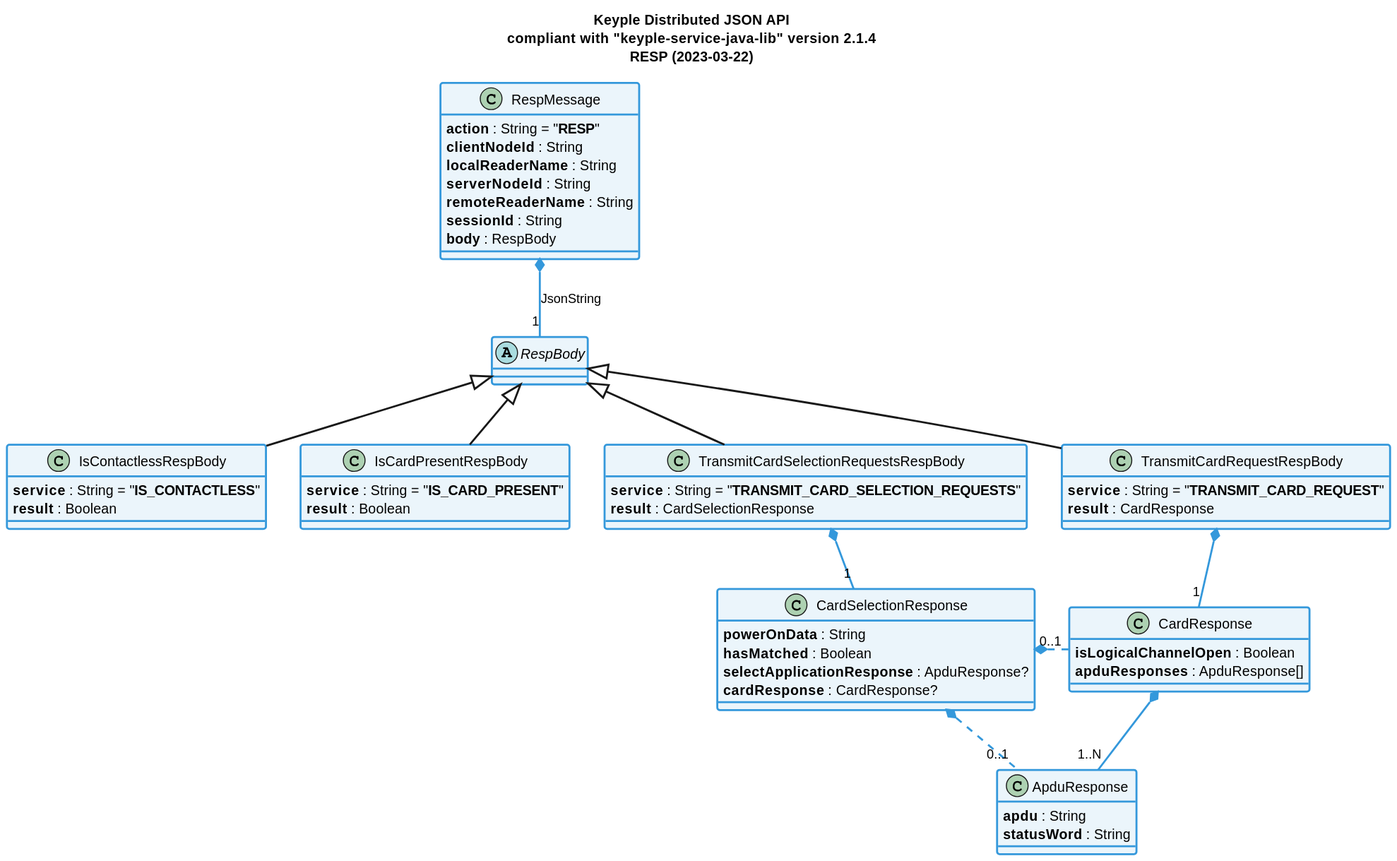
The PlantUML diagram static/media/learn/user-guide/distributed-json-api/distributedJsonApi_classDiagram_resp.svg in eclipse-keyple/keyple-website, before a commit.
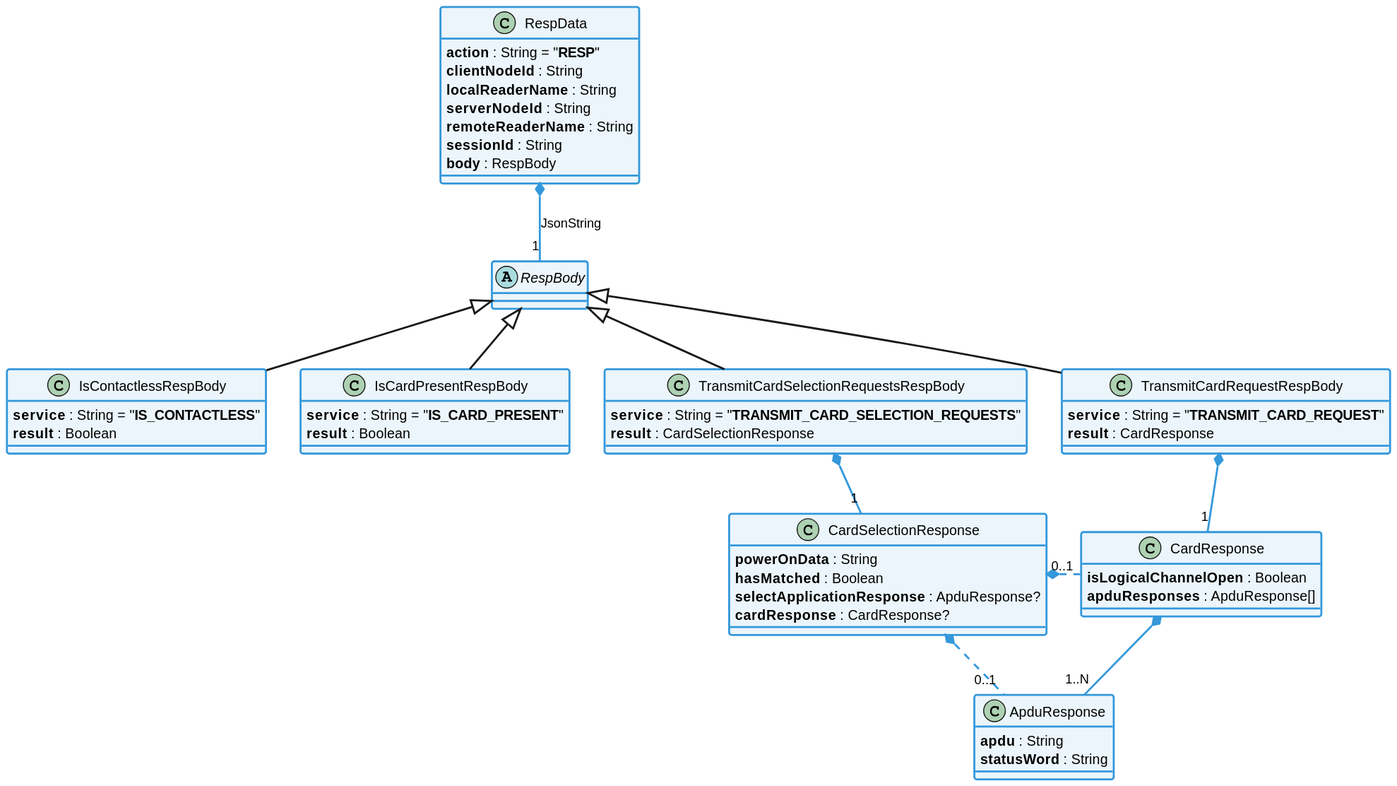
Later version of the same file.

Change to the diagram source:
```diff
@@ -1,9 +1,4 @@
 @startuml
-title
-    Keyple Distributed JSON API
-    compliant with "keyple-service-java-lib" version 2.1.4
-    RESP (2023-03-22)
-end title
 
 
 !define C_GREY1 F8F9F9
@@ -42,7 +37,7 @@
 hide <<grey>> stereotype
 
 
-class RespMessage {
+class RespData {
     **action** : String = "**RESP**"
     **clientNodeId** : String
     **localReaderName** : String
@@ -89,7 +84,7 @@
 }
 
 
-RespMessage *-- "1" RespBody #C_LINK : JsonString
+RespData *-- "1" RespBody #C_LINK : JsonString
 
 TransmitCardSelectionRequestsRespBody *-- "1" CardSelectionResponse #C_LINK
 
@@ -103,7 +98,7 @@
 
 
 
-class RespMessage <<blue>>
+class RespData <<blue>>
 abstract class RespBody <<blue>>
 
 class TransmitCardRequestRespBody <<blue>>
```
